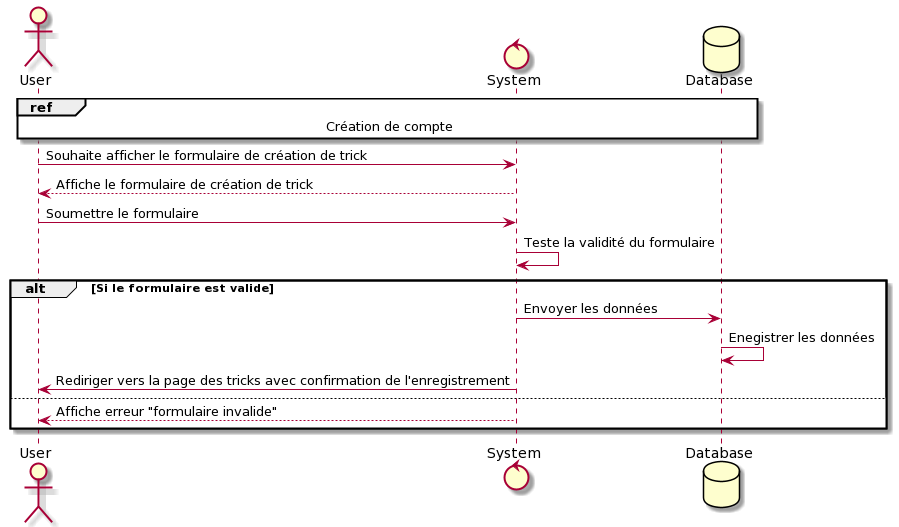
The PlantUML diagram _diagrammes/P06_S6 - Création de trick.png in Toasted201/OpenClassroom_P06, before a commit. Its diagram source:
```plantuml
@startuml
actor User
control System
database Database

ref over User, System, Database : Création de compte

User -> System : Souhaite afficher le formulaire de création de trick
System --> User : Affiche le formulaire de création de trick
User -> System : Soumettre le formulaire
System -> System : Teste la validité du formulaire
alt Si le formulaire est valide
  System -> Database : Envoyer les données
  Database -> Database : Enegistrer les données
  System -> User : Rediriger vers la page des tricks avec confirmation de l'enregistrement
else
    System --> User : Affiche erreur "formulaire invalide"
end
@enduml
```
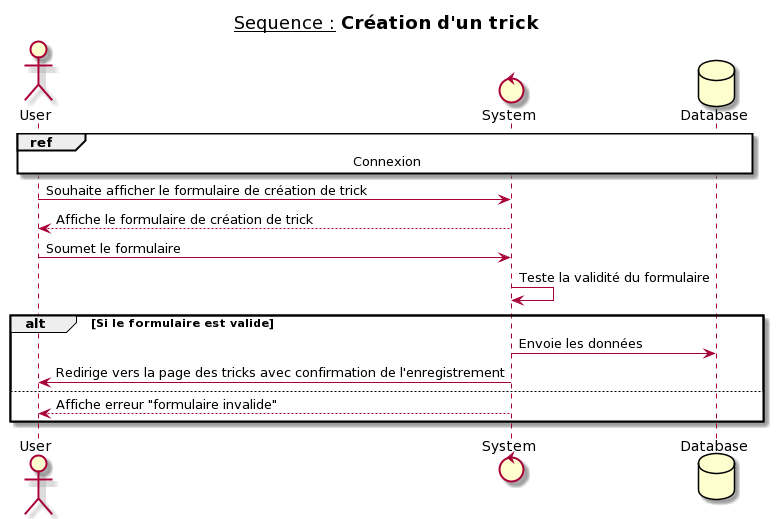
After the change.

What changed in the source:
```diff
@@ -1,18 +1,18 @@
 @startuml
+title __Sequence :__ **Création d'un trick**
 actor User
 control System
 database Database
 
-ref over User, System, Database : Création de compte
+ref over User, System, Database : Connexion
 
 User -> System : Souhaite afficher le formulaire de création de trick
 System --> User : Affiche le formulaire de création de trick
-User -> System : Soumettre le formulaire
+User -> System : Soumet le formulaire
 System -> System : Teste la validité du formulaire
 alt Si le formulaire est valide
-  System -> Database : Envoyer les données
-  Database -> Database : Enegistrer les données
-  System -> User : Rediriger vers la page des tricks avec confirmation de l'enregistrement
+  System -> Database : Envoie les données
+  System -> User : Redirige vers la page des tricks avec confirmation de l'enregistrement
 else
     System --> User : Affiche erreur "formulaire invalide"
 end
```
